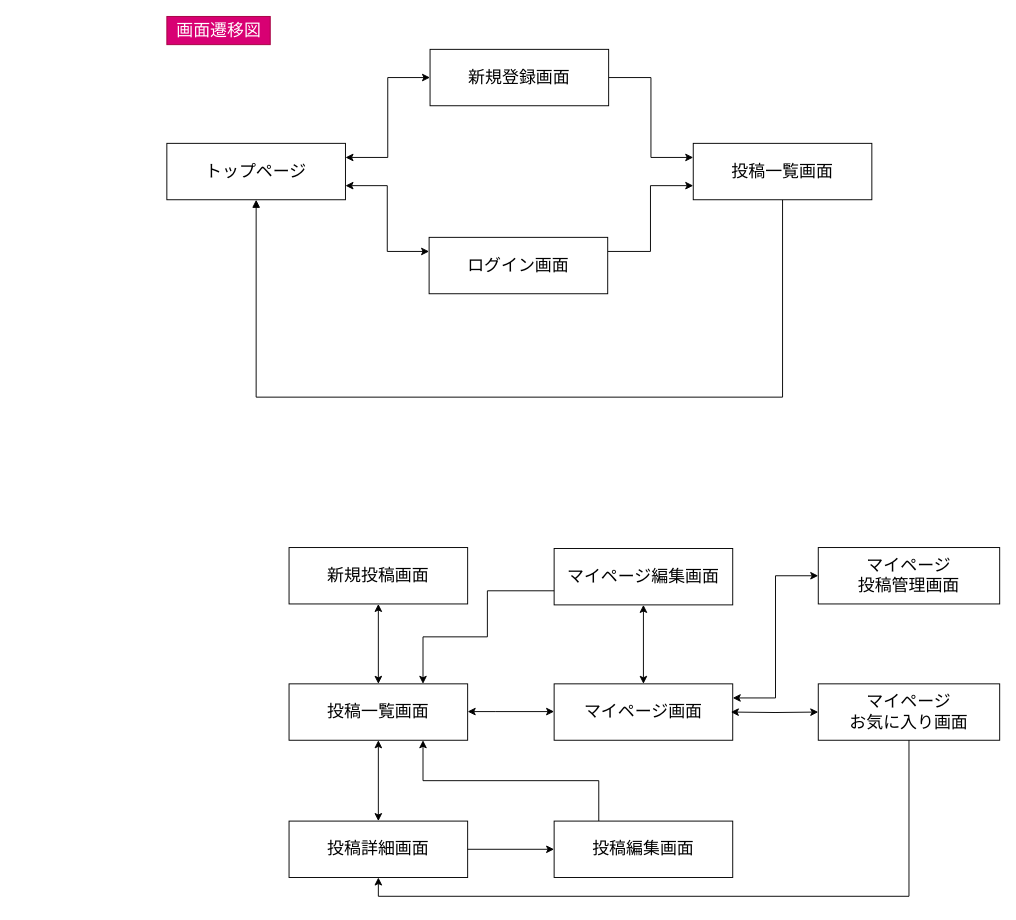
Before: page "画面遷移図" (2 of 2) of ER.dio in ALBAS23/ramen_app_01, a draw.io diagram. Source tidied: cells renumbered, new cells numbered last; positions are measured from the earlier drawing's top-left corner, leaving out a move shared by most shapes. Both pictures are drawn from the tidied source at 94%, with x=0, y=0 at pixel (166, 16).
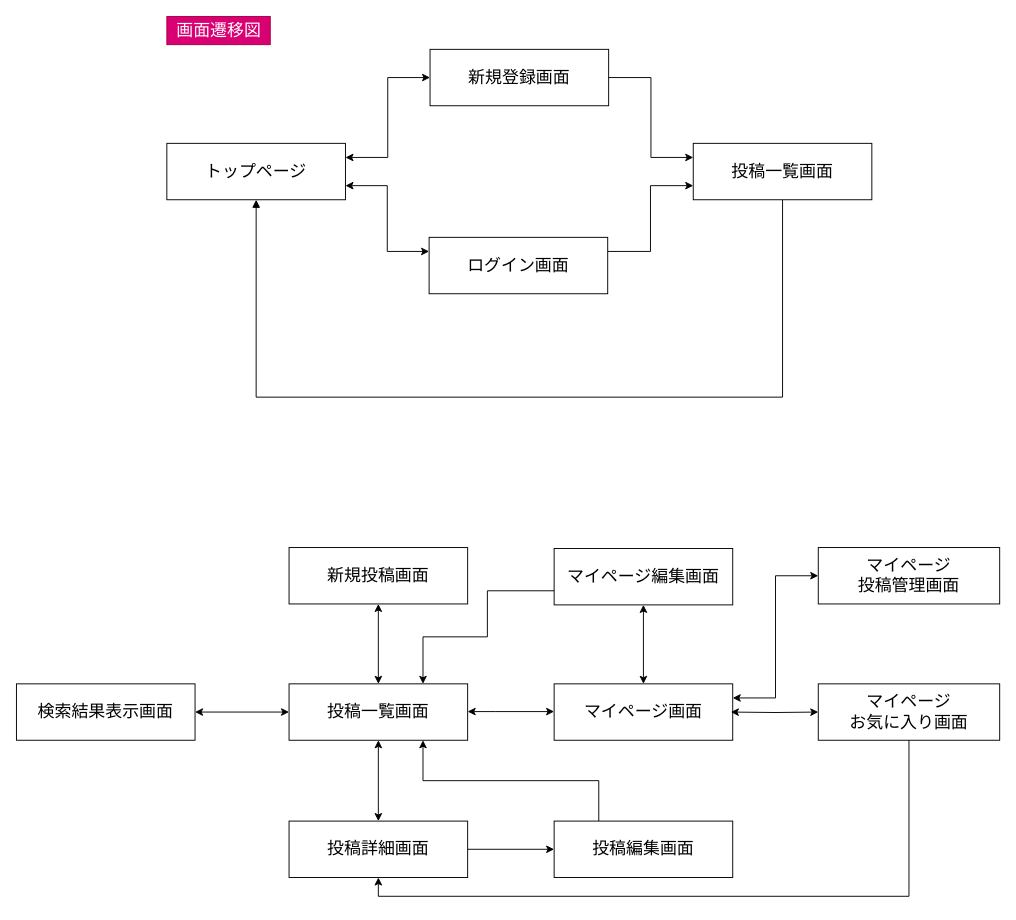
Above is the later version.

Commit message (it also covers changes not shown here):
トップページCSS修正

The change refers to these unchanged cells:
```xml
<mxCell id="13" value="&lt;font style=&quot;font-size: 18px&quot;&gt;投稿一覧画面&lt;/font&gt;" style="whiteSpace=wrap;html=1;" parent="1" vertex="1">
  <mxGeometry x="130" y="710" width="190" height="60" as="geometry" />
</mxCell>
```

Change to the diagram source:
```diff
@@
+    <mxCell id="30" value="&lt;font style=&quot;font-size: 18px&quot;&gt;検索結果表示画面&lt;/font&gt;" style="whiteSpace=wrap;html=1;" parent="1" vertex="1">
+      <mxGeometry x="-160" y="710" width="190" height="60" as="geometry" />
+    </mxCell>
+    <mxCell id="31" style="edgeStyle=orthogonalEdgeStyle;rounded=0;jettySize=auto;html=1;exitX=1;exitY=0.5;exitDx=0;exitDy=0;entryX=0;entryY=0.5;entryDx=0;entryDy=0;startArrow=classic;startFill=1;endArrow=classic;endFill=1;" parent="1" edge="1" source="30" target="13">
+      <mxGeometry relative="1" as="geometry" />
+    </mxCell>
```
